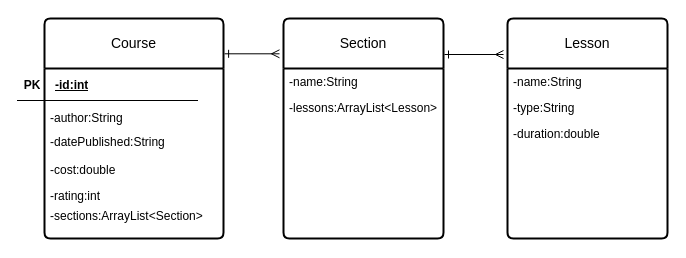
The draw.io diagram page "Entity_Relationship_Diagram" (4 of 4) of docs/Udemy_UML_Diagrams.drawio in Ram-SrinivasChandran/Udemy_Mini_Project, before the edit. Source tidied: cells renumbered, new cells numbered last; positions are measured from the earlier drawing's top-left corner, leaving out a move shared by most shapes. Both pictures are drawn from the tidied source at 100%, with x=0, y=0 at pixel (17, 18).
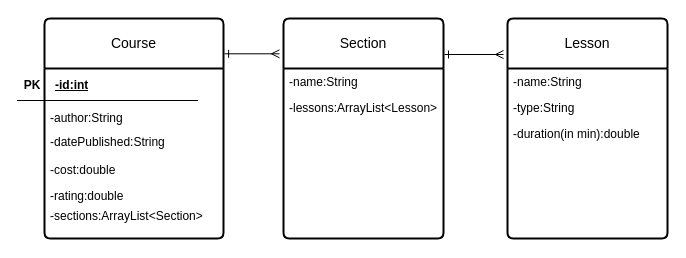
Above is the later version.

The change refers to these unchanged cells:
```xml
<mxCell id="6" value="Lesson" style="swimlane;horizontal=1;startSize=50;rounded=1;fontSize=14;fontStyle=0;strokeWidth=2;shadow=0;dashed=0;align=center;arcSize=4;whiteSpace=wrap;html=1;" parent="1" vertex="1">
  <mxGeometry x="490" width="160" height="220" as="geometry" />
</mxCell>
```

Diff of the diagram source:
```diff
@@
-    <mxCell id="9" value="-duration:double" style="text;align=left;verticalAlign=top;spacingLeft=4;spacingRight=4;overflow=hidden;" parent="6" vertex="1">
+    <mxCell id="9" value="-duration(in min):double" style="text;align=left;verticalAlign=top;spacingLeft=4;spacingRight=4;overflow=hidden;" parent="6" vertex="1">
       <mxGeometry y="102" width="160" height="118" as="geometry" />
     </mxCell>
@@
-    <mxCell id="15" value="-rating:int" style="text;align=left;verticalAlign=top;spacingLeft=4;spacingRight=4;overflow=hidden;rounded=0;shadow=0;html=0;" parent="1" vertex="1">
+    <mxCell id="15" value="-rating:double" style="text;align=left;verticalAlign=top;spacingLeft=4;spacingRight=4;overflow=hidden;rounded=0;shadow=0;html=0;" parent="1" vertex="1">
       <mxGeometry x="27" y="164" width="159" height="26" as="geometry" />
     </mxCell>
```
